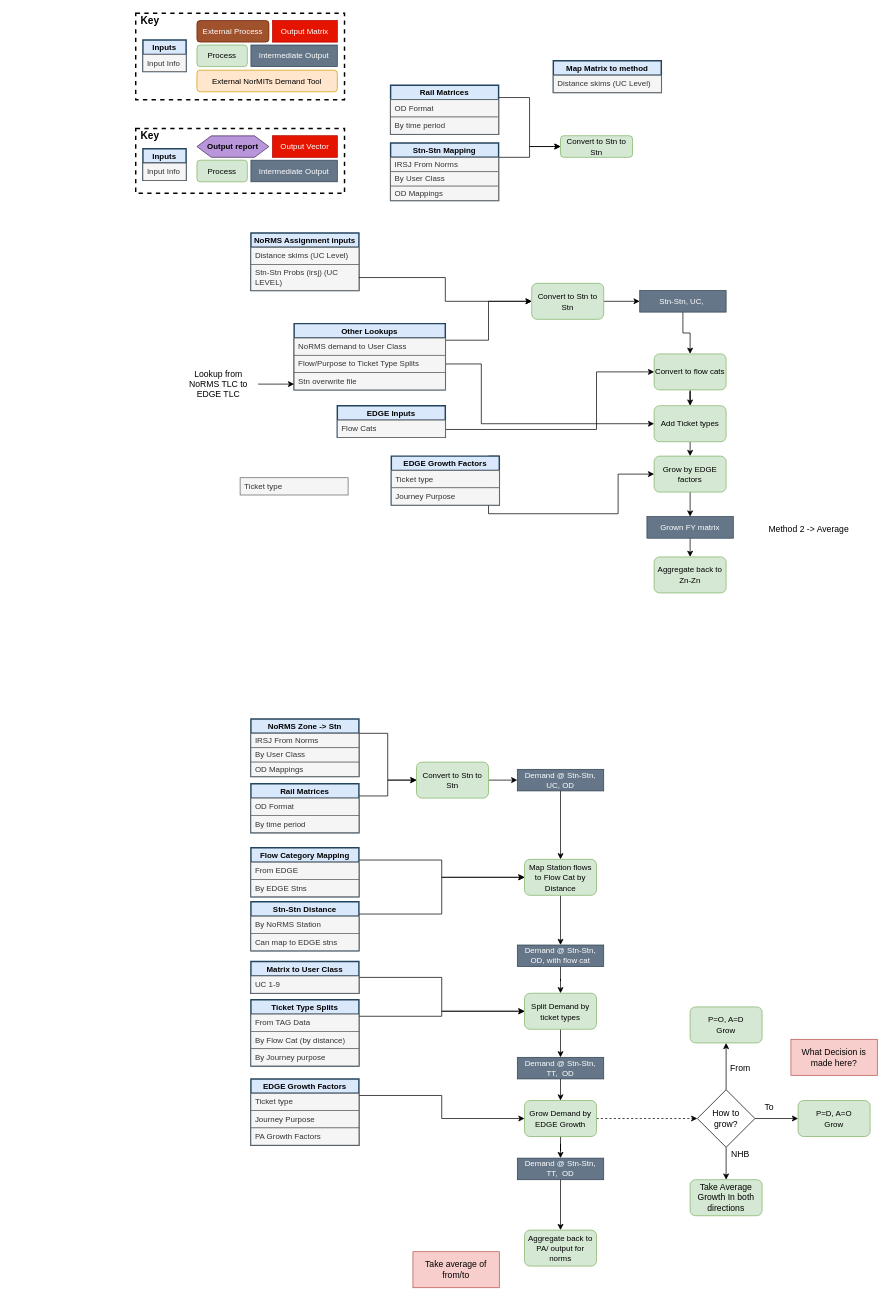
The draw.io diagram page "Growth Process" (2 of 3) of docs/op_models/Forecasting/EDGE Replicant/EDGE Replicant.drawio in Transport-for-the-North/NorMITs-Demand, before the edit. Source tidied: cells renumbered, new cells numbered last; positions are measured from the earlier drawing's top-left corner, leaving out a move shared by most shapes. Both pictures are drawn from the tidied source at 72%, with x=0, y=0 at pixel (135, 13).
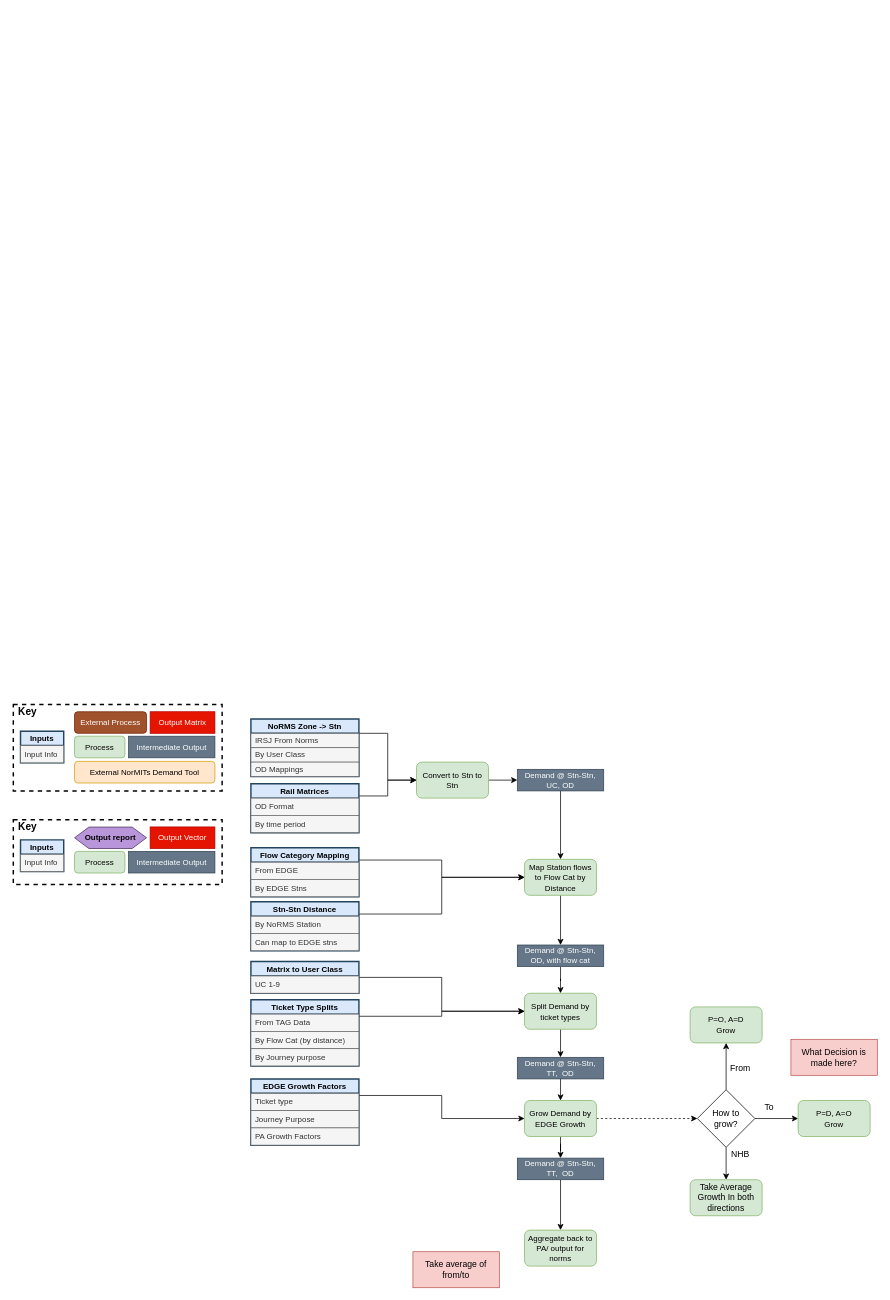
The same page after the edit.

Diff of the diagram source:
```diff
@@
     <mxCell id="2" style="group;" parent="1" vertex="1">
-      <mxGeometry width="290" height="120" as="geometry" />
+      <mxGeometry x="-170" y="960" width="290" height="120" as="geometry" />
     </mxCell>
@@
     <mxCell id="12" style="group;" parent="1" vertex="1">
-      <mxGeometry y="160" width="290" height="90" as="geometry" />
+      <mxGeometry x="-170" y="1120" width="290" height="90" as="geometry" />
     </mxCell>
@@
-    <mxCell id="21" style="edgeStyle=orthogonalEdgeStyle;rounded=0;jettySize=auto;html=1;exitX=1;exitY=0.5;exitDx=0;exitDy=0;entryX=0;entryY=0.5;entryDx=0;entryDy=0;" parent="1" edge="1" source="38" target="48">
-      <mxGeometry relative="1" as="geometry">
-        <Array as="points">
-          <mxPoint x="480" y="487" />
-          <mxPoint x="480" y="570" />
-        </Array>
-      </mxGeometry>
-    </mxCell>
-    <mxCell id="22" style="edgeStyle=orthogonalEdgeStyle;rounded=0;jettySize=auto;html=1;exitX=1;exitY=0;exitDx=0;exitDy=0;entryX=0;entryY=0.5;entryDx=0;entryDy=0;" parent="1" edge="1" source="23" target="50">
-      <mxGeometry relative="1" as="geometry">
-        <Array as="points">
-          <mxPoint x="490" y="695" />
-          <mxPoint x="670" y="695" />
-          <mxPoint x="670" y="640" />
-        </Array>
-      </mxGeometry>
-    </mxCell>
-    <mxCell id="23" value="EDGE Growth Factors" style="swimlane;fontStyle=1;horizontal=1;startSize=20;fillColor=#dae8fc;rounded=0;glass=0;fontSize=11;align=center;strokeWidth=2;strokeColor=#23445D;" parent="1" vertex="1">
-      <mxGeometry x="355" y="615" width="150" height="68" as="geometry" />
-    </mxCell>
-    <mxCell id="24" value="Ticket type" style="text;strokeColor=#666666;fillColor=#f5f5f5;align=left;verticalAlign=middle;spacingLeft=4;spacingRight=4;overflow=hidden;fontSize=11;whiteSpace=wrap;fontColor=#333333;" parent="23" vertex="1">
-      <mxGeometry y="20" width="150" height="24" as="geometry" />
-    </mxCell>
-    <mxCell id="25" value="Journey Purpose" style="text;strokeColor=#666666;fillColor=#f5f5f5;align=left;verticalAlign=middle;spacingLeft=4;spacingRight=4;overflow=hidden;fontSize=11;whiteSpace=wrap;fontColor=#333333;" parent="23" vertex="1">
-      <mxGeometry y="44" width="150" height="24" as="geometry" />
-    </mxCell>
-    <mxCell id="26" value="Ticket type" style="text;strokeColor=#666666;fillColor=#f5f5f5;align=left;verticalAlign=middle;spacingLeft=4;spacingRight=4;overflow=hidden;fontSize=11;whiteSpace=wrap;fontColor=#333333;" parent="1" vertex="1">
-      <mxGeometry x="145" y="645" width="150" height="24" as="geometry" />
-    </mxCell>
-    <mxCell id="27" style="edgeStyle=orthogonalEdgeStyle;rounded=0;jettySize=auto;html=1;exitX=1;exitY=0.75;exitDx=0;exitDy=0;" parent="1" edge="1" source="28" target="46">
-      <mxGeometry relative="1" as="geometry">
-        <Array as="points">
-          <mxPoint x="640" y="578" />
-          <mxPoint x="640" y="498" />
-        </Array>
-      </mxGeometry>
-    </mxCell>
-    <mxCell id="28" value="EDGE Inputs" style="swimlane;fontStyle=1;horizontal=1;startSize=20;fillColor=#dae8fc;rounded=0;glass=0;fontSize=11;align=center;strokeWidth=2;strokeColor=#23445D;" parent="1" vertex="1">
-      <mxGeometry x="280" y="545" width="150" height="44" as="geometry" />
-    </mxCell>
-    <mxCell id="29" value="Flow Cats" style="text;strokeColor=#666666;fillColor=#f5f5f5;align=left;verticalAlign=middle;spacingLeft=4;spacingRight=4;overflow=hidden;fontSize=11;whiteSpace=wrap;fontColor=#333333;" parent="28" vertex="1">
-      <mxGeometry y="20" width="150" height="24" as="geometry" />
-    </mxCell>
-    <mxCell id="30" value="NoRMS Assignment inputs" style="swimlane;fontStyle=1;horizontal=1;startSize=20;fillColor=#dae8fc;rounded=0;glass=0;fontSize=11;align=center;strokeWidth=2;strokeColor=#23445D;" parent="1" vertex="1">
-      <mxGeometry x="160" y="305" width="150" height="80" as="geometry" />
-    </mxCell>
-    <mxCell id="31" value="Distance skims (UC Level)" style="text;strokeColor=#666666;fillColor=#f5f5f5;align=left;verticalAlign=middle;spacingLeft=4;spacingRight=4;overflow=hidden;fontSize=11;whiteSpace=wrap;fontColor=#333333;" parent="30" vertex="1">
-      <mxGeometry y="20" width="150" height="24" as="geometry" />
-    </mxCell>
-    <mxCell id="32" value="Stn-Stn Probs (irsj) (UC LEVEL)" style="text;strokeColor=#666666;fillColor=#f5f5f5;align=left;verticalAlign=middle;spacingLeft=4;spacingRight=4;overflow=hidden;points=[[0,0.5],[1,0.5]];portConstraint=eastwest;fontSize=11;whiteSpace=wrap;fontColor=#333333;" parent="30" vertex="1">
-      <mxGeometry y="44" width="150" height="36" as="geometry" />
-    </mxCell>
-    <mxCell id="33" style="edgeStyle=orthogonalEdgeStyle;rounded=0;jettySize=auto;html=1;exitX=1;exitY=0.5;exitDx=0;exitDy=0;entryX=0;entryY=0.5;entryDx=0;entryDy=0;" parent="1" edge="1" source="34" target="44">
-      <mxGeometry relative="1" as="geometry" />
-    </mxCell>
-    <mxCell id="34" value="&lt;font style=&quot;font-size: 11px&quot;&gt;Convert to Stn to Stn&lt;/font&gt;" style="rounded=1;whiteSpace=wrap;html=1;fillColor=#d5e8d4;strokeColor=#82b366;" parent="1" vertex="1">
-      <mxGeometry x="550" y="375" width="100" height="50" as="geometry" />
-    </mxCell>
-    <mxCell id="35" style="edgeStyle=orthogonalEdgeStyle;rounded=0;jettySize=auto;html=1;exitX=1;exitY=0.25;exitDx=0;exitDy=0;entryX=0;entryY=0.5;entryDx=0;entryDy=0;" parent="1" edge="1" source="36" target="34">
-      <mxGeometry relative="1" as="geometry" />
-    </mxCell>
-    <mxCell id="36" value="Other Lookups" style="swimlane;fontStyle=1;horizontal=1;startSize=20;fillColor=#dae8fc;rounded=0;glass=0;fontSize=11;align=center;strokeWidth=2;strokeColor=#23445D;" parent="1" vertex="1">
-      <mxGeometry x="220" y="431" width="210" height="92" as="geometry" />
-    </mxCell>
-    <mxCell id="37" value="NoRMS demand to User Class" style="text;strokeColor=#666666;fillColor=#f5f5f5;align=left;verticalAlign=middle;spacingLeft=4;spacingRight=4;overflow=hidden;fontSize=11;whiteSpace=wrap;fontColor=#333333;" parent="36" vertex="1">
-      <mxGeometry y="20" width="210" height="24" as="geometry" />
-    </mxCell>
-    <mxCell id="38" value="Flow/Purpose to Ticket Type Splits" style="text;strokeColor=#666666;fillColor=#f5f5f5;align=left;verticalAlign=middle;spacingLeft=4;spacingRight=4;overflow=hidden;points=[[0,0.5],[1,0.5]];portConstraint=eastwest;fontSize=11;whiteSpace=wrap;fontColor=#333333;" parent="36" vertex="1">
-      <mxGeometry y="44" width="210" height="24" as="geometry" />
-    </mxCell>
-    <mxCell id="39" value="Stn overwrite file" style="text;strokeColor=#666666;fillColor=#f5f5f5;align=left;verticalAlign=middle;spacingLeft=4;spacingRight=4;overflow=hidden;fontSize=11;whiteSpace=wrap;fontColor=#333333;" parent="36" vertex="1">
-      <mxGeometry y="68" width="210" height="24" as="geometry" />
-    </mxCell>
-    <mxCell id="40" style="edgeStyle=orthogonalEdgeStyle;rounded=0;jettySize=auto;html=1;exitX=1;exitY=0.5;exitDx=0;exitDy=0;" parent="1" edge="1" source="41">
-      <mxGeometry relative="1" as="geometry">
-        <mxPoint x="220" y="515" as="targetPoint" />
-      </mxGeometry>
-    </mxCell>
-    <mxCell id="41" value="Lookup from NoRMS TLC to EDGE TLC" style="text;html=1;strokeColor=none;fillColor=none;align=center;verticalAlign=middle;whiteSpace=wrap;rounded=0;" parent="1" vertex="1">
-      <mxGeometry x="60" y="495" width="110" height="40" as="geometry" />
-    </mxCell>
-    <mxCell id="42" style="edgeStyle=orthogonalEdgeStyle;rounded=0;jettySize=auto;html=1;exitX=1;exitY=0.5;exitDx=0;exitDy=0;entryX=0;entryY=0.5;entryDx=0;entryDy=0;" parent="1" edge="1" source="32" target="34">
-      <mxGeometry relative="1" as="geometry" />
-    </mxCell>
-    <mxCell id="43" style="edgeStyle=orthogonalEdgeStyle;rounded=0;jettySize=auto;html=1;exitX=0.5;exitY=1;exitDx=0;exitDy=0;entryX=0.5;entryY=0;entryDx=0;entryDy=0;" parent="1" edge="1" source="44" target="46">
-      <mxGeometry relative="1" as="geometry" />
-    </mxCell>
-    <mxCell id="44" value="Stn-Stn, UC,&amp;nbsp;" style="rounded=0;whiteSpace=wrap;html=1;strokeWidth=1;fillColor=#647687;strokeColor=#314354;fontSize=11;fontColor=#ffffff;" parent="1" vertex="1">
-      <mxGeometry x="700" y="385" width="120" height="30" as="geometry" />
-    </mxCell>
-    <mxCell id="45" style="edgeStyle=orthogonalEdgeStyle;rounded=0;jettySize=auto;html=1;exitX=0.5;exitY=1;exitDx=0;exitDy=0;" parent="1" edge="1" source="46" target="48">
-      <mxGeometry relative="1" as="geometry" />
-    </mxCell>
-    <mxCell id="46" value="&lt;font style=&quot;font-size: 11px&quot;&gt;Convert to flow cats&lt;/font&gt;" style="rounded=1;whiteSpace=wrap;html=1;fillColor=#d5e8d4;strokeColor=#82b366;" parent="1" vertex="1">
-      <mxGeometry x="720" y="473" width="100" height="50" as="geometry" />
-    </mxCell>
-    <mxCell id="47" style="edgeStyle=orthogonalEdgeStyle;rounded=0;jettySize=auto;html=1;exitX=0.5;exitY=1;exitDx=0;exitDy=0;entryX=0.5;entryY=0;entryDx=0;entryDy=0;" parent="1" edge="1" source="48" target="50">
-      <mxGeometry relative="1" as="geometry" />
-    </mxCell>
-    <mxCell id="48" value="&lt;font style=&quot;font-size: 11px&quot;&gt;Add Ticket types&lt;/font&gt;" style="rounded=1;whiteSpace=wrap;html=1;fillColor=#d5e8d4;strokeColor=#82b366;" parent="1" vertex="1">
-      <mxGeometry x="720" y="545" width="100" height="50" as="geometry" />
-    </mxCell>
-    <mxCell id="49" style="edgeStyle=orthogonalEdgeStyle;rounded=0;jettySize=auto;html=1;exitX=0.5;exitY=1;exitDx=0;exitDy=0;entryX=0.5;entryY=0;entryDx=0;entryDy=0;" parent="1" edge="1" source="50" target="52">
-      <mxGeometry relative="1" as="geometry" />
-    </mxCell>
-    <mxCell id="50" value="&lt;font style=&quot;font-size: 11px&quot;&gt;Grow by EDGE factors&lt;/font&gt;" style="rounded=1;whiteSpace=wrap;html=1;fillColor=#d5e8d4;strokeColor=#82b366;" parent="1" vertex="1">
-      <mxGeometry x="720" y="615" width="100" height="50" as="geometry" />
-    </mxCell>
-    <mxCell id="51" style="edgeStyle=orthogonalEdgeStyle;rounded=0;jettySize=auto;html=1;exitX=0.5;exitY=1;exitDx=0;exitDy=0;entryX=0.5;entryY=0;entryDx=0;entryDy=0;" parent="1" edge="1" source="52" target="53">
-      <mxGeometry relative="1" as="geometry" />
-    </mxCell>
-    <mxCell id="52" value="Grown FY matrix" style="rounded=0;whiteSpace=wrap;html=1;strokeWidth=1;fillColor=#647687;strokeColor=#314354;fontSize=11;fontColor=#ffffff;" parent="1" vertex="1">
-      <mxGeometry x="710" y="699" width="120" height="30" as="geometry" />
-    </mxCell>
-    <mxCell id="53" value="&lt;font style=&quot;font-size: 11px&quot;&gt;Aggregate back to Zn-Zn&lt;/font&gt;" style="rounded=1;whiteSpace=wrap;html=1;fillColor=#d5e8d4;strokeColor=#82b366;" parent="1" vertex="1">
-      <mxGeometry x="720" y="755" width="100" height="50" as="geometry" />
-    </mxCell>
-    <mxCell id="54" value="Method 2 -&amp;gt; Average" style="text;html=1;strokeColor=none;fillColor=none;align=center;verticalAlign=middle;whiteSpace=wrap;rounded=0;" parent="1" vertex="1">
-      <mxGeometry x="870" y="707" width="130" height="20" as="geometry" />
-    </mxCell>
-    <mxCell id="55" style="edgeStyle=orthogonalEdgeStyle;rounded=0;jettySize=auto;html=1;exitX=1;exitY=0.25;exitDx=0;exitDy=0;entryX=0;entryY=0.5;entryDx=0;entryDy=0;" parent="1" edge="1" source="56" target="64">
-      <mxGeometry relative="1" as="geometry" />
-    </mxCell>
-    <mxCell id="56" value="Rail Matrices" style="swimlane;fontStyle=1;horizontal=1;startSize=20;fillColor=#dae8fc;rounded=0;glass=0;fontSize=11;align=center;strokeWidth=2;strokeColor=#23445D;" parent="1" vertex="1">
-      <mxGeometry x="354" y="100" width="150" height="68" as="geometry" />
-    </mxCell>
-    <mxCell id="57" value="OD Format" style="text;strokeColor=#666666;fillColor=#f5f5f5;align=left;verticalAlign=middle;spacingLeft=4;spacingRight=4;overflow=hidden;fontSize=11;whiteSpace=wrap;fontColor=#333333;" parent="56" vertex="1">
-      <mxGeometry y="20" width="150" height="24" as="geometry" />
-    </mxCell>
-    <mxCell id="58" value="By time period" style="text;strokeColor=#666666;fillColor=#f5f5f5;align=left;verticalAlign=middle;spacingLeft=4;spacingRight=4;overflow=hidden;fontSize=11;whiteSpace=wrap;fontColor=#333333;" parent="56" vertex="1">
-      <mxGeometry y="44" width="150" height="24" as="geometry" />
-    </mxCell>
-    <mxCell id="59" style="edgeStyle=orthogonalEdgeStyle;rounded=0;jettySize=auto;html=1;exitX=1;exitY=0.25;exitDx=0;exitDy=0;" parent="1" edge="1" source="60" target="64">
-      <mxGeometry relative="1" as="geometry" />
-    </mxCell>
-    <mxCell id="60" value="Stn-Stn Mapping" style="swimlane;fontStyle=1;horizontal=1;startSize=20;fillColor=#dae8fc;rounded=0;glass=0;fontSize=11;align=center;strokeWidth=2;strokeColor=#23445D;" parent="1" vertex="1">
-      <mxGeometry x="354" y="180" width="150" height="80" as="geometry" />
-    </mxCell>
-    <mxCell id="61" value="IRSJ From Norms" style="text;strokeColor=#666666;fillColor=#f5f5f5;align=left;verticalAlign=middle;spacingLeft=4;spacingRight=4;overflow=hidden;fontSize=11;whiteSpace=wrap;fontColor=#333333;" parent="60" vertex="1">
-      <mxGeometry y="20" width="150" height="20" as="geometry" />
-    </mxCell>
-    <mxCell id="62" value="By User Class" style="text;strokeColor=#666666;fillColor=#f5f5f5;align=left;verticalAlign=middle;spacingLeft=4;spacingRight=4;overflow=hidden;fontSize=11;whiteSpace=wrap;fontColor=#333333;" parent="60" vertex="1">
-      <mxGeometry y="40" width="150" height="20" as="geometry" />
-    </mxCell>
-    <mxCell id="63" value="OD Mappings" style="text;strokeColor=#666666;fillColor=#f5f5f5;align=left;verticalAlign=middle;spacingLeft=4;spacingRight=4;overflow=hidden;fontSize=11;whiteSpace=wrap;fontColor=#333333;" parent="60" vertex="1">
-      <mxGeometry y="60" width="150" height="20" as="geometry" />
-    </mxCell>
-    <mxCell id="64" value="&lt;font style=&quot;font-size: 11px&quot;&gt;Convert to Stn to Stn&lt;/font&gt;" style="rounded=1;whiteSpace=wrap;html=1;fillColor=#d5e8d4;strokeColor=#82b366;" parent="1" vertex="1">
-      <mxGeometry x="590" y="170" width="100" height="30" as="geometry" />
-    </mxCell>
-    <mxCell id="65" value="Map Matrix to method" style="swimlane;fontStyle=1;horizontal=1;startSize=20;fillColor=#dae8fc;rounded=0;glass=0;fontSize=11;align=center;strokeWidth=2;strokeColor=#23445D;" parent="1" vertex="1">
-      <mxGeometry x="580" y="66" width="150" height="44" as="geometry" />
-    </mxCell>
-    <mxCell id="66" value="Distance skims (UC Level)" style="text;strokeColor=#666666;fillColor=#f5f5f5;align=left;verticalAlign=middle;spacingLeft=4;spacingRight=4;overflow=hidden;fontSize=11;whiteSpace=wrap;fontColor=#333333;" parent="65" vertex="1">
-      <mxGeometry y="20" width="150" height="24" as="geometry" />
-    </mxCell>
```
